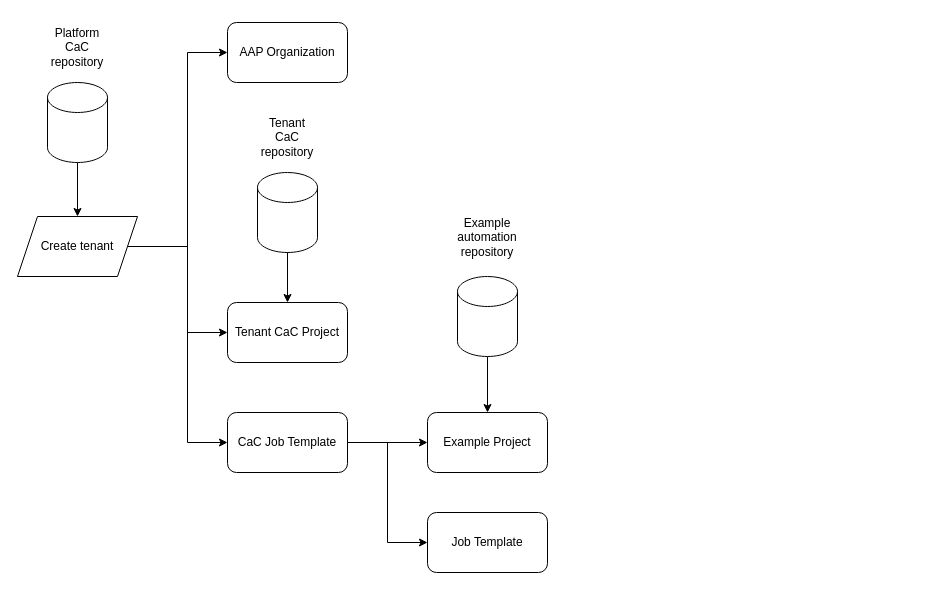
The draw.io diagram docs/images/onboarding_flow.drawio in tosmi-ansible/aap-onboarding, before the edit. Source tidied: cells renumbered, new cells numbered last; positions are measured from the earlier drawing's top-left corner, leaving out a move shared by most shapes. Both pictures are drawn from the tidied source at 100%, with x=0, y=0 at pixel (17, 22).
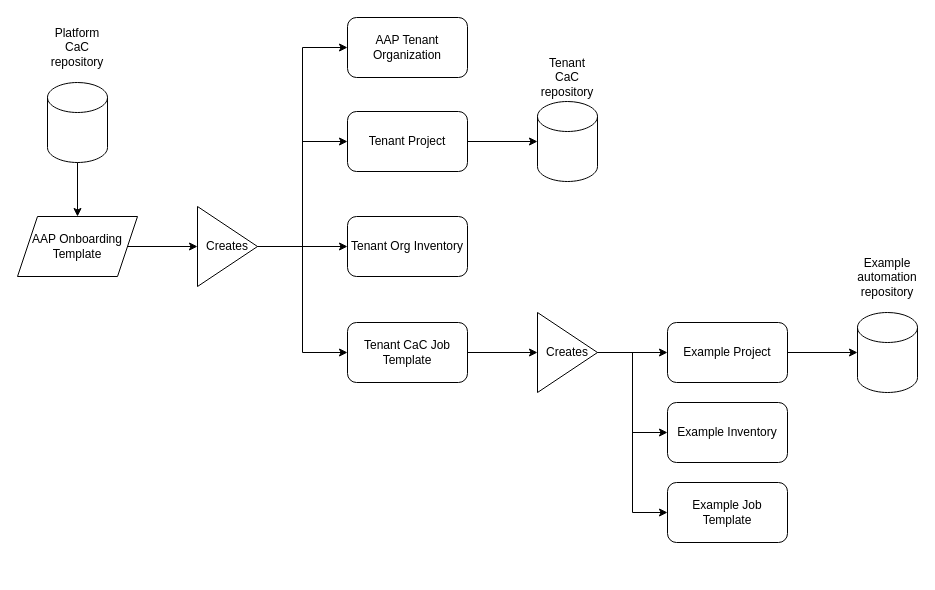
The same page after the edit.

Diff of the diagram source:
```diff
@@
     <mxCell id="3" style="shape=cylinder3;whiteSpace=wrap;html=1;boundedLbl=1;backgroundOutline=1;size=15;" parent="1" vertex="1">
-      <mxGeometry x="240" y="150" width="60" height="80" as="geometry" />
+      <mxGeometry x="520" y="79" width="60" height="80" as="geometry" />
     </mxCell>
-    <mxCell id="4" style="edgeStyle=orthogonalEdgeStyle;rounded=0;jettySize=auto;html=1;entryX=0.5;entryY=0;entryDx=0;entryDy=0;" parent="1" edge="1" source="5" target="19">
-      <mxGeometry relative="1" as="geometry" />
-    </mxCell>
     <mxCell id="5" style="shape=cylinder3;whiteSpace=wrap;html=1;boundedLbl=1;backgroundOutline=1;size=15;" parent="1" vertex="1">
-      <mxGeometry x="440" y="254" width="60" height="80" as="geometry" />
+      <mxGeometry x="840" y="290" width="60" height="80" as="geometry" />
     </mxCell>
@@
-    <mxCell id="7" style="edgeStyle=orthogonalEdgeStyle;rounded=0;jettySize=auto;html=1;entryX=0;entryY=0.5;entryDx=0;entryDy=0;" parent="1" edge="1" source="10" target="11">
-      <mxGeometry relative="1" as="geometry">
-        <Array as="points">
-          <mxPoint x="170" y="224" />
-          <mxPoint x="170" y="30" />
-        </Array>
-      </mxGeometry>
-    </mxCell>
-    <mxCell id="8" style="edgeStyle=orthogonalEdgeStyle;rounded=0;jettySize=auto;html=1;entryX=0;entryY=0.5;entryDx=0;entryDy=0;" parent="1" edge="1" source="10" target="17">
-      <mxGeometry relative="1" as="geometry">
-        <Array as="points">
-          <mxPoint x="170" y="224" />
-          <mxPoint x="170" y="310" />
-        </Array>
-      </mxGeometry>
-    </mxCell>
-    <mxCell id="9" style="edgeStyle=orthogonalEdgeStyle;rounded=0;jettySize=auto;html=1;entryX=0;entryY=0.5;entryDx=0;entryDy=0;" parent="1" edge="1" source="10" target="14">
-      <mxGeometry relative="1" as="geometry">
-        <Array as="points">
-          <mxPoint x="170" y="224" />
-          <mxPoint x="170" y="420" />
-        </Array>
-      </mxGeometry>
-    </mxCell>
+    <mxCell id="22" style="edgeStyle=orthogonalEdgeStyle;rounded=0;jettySize=auto;html=1;" parent="1" edge="1" source="10" target="28">
+      <mxGeometry relative="1" as="geometry" />
+    </mxCell>
-    <mxCell id="10" value="Create tenant" style="shape=parallelogram;perimeter=parallelogramPerimeter;whiteSpace=wrap;html=1;fixedSize=1;" parent="1" vertex="1">
+    <mxCell id="10" value="AAP Onboarding Template" style="shape=parallelogram;perimeter=parallelogramPerimeter;whiteSpace=wrap;html=1;fixedSize=1;" parent="1" vertex="1">
       <mxGeometry y="194" width="120" height="60" as="geometry" />
     </mxCell>
-    <mxCell id="11" value="AAP Organization" style="rounded=1;whiteSpace=wrap;html=1;" parent="1" vertex="1">
-      <mxGeometry x="210" width="120" height="60" as="geometry" />
+    <mxCell id="11" value="AAP Tenant Organization" style="rounded=1;whiteSpace=wrap;html=1;" parent="1" vertex="1">
+      <mxGeometry x="330" y="-5" width="120" height="60" as="geometry" />
     </mxCell>
-    <mxCell id="12" style="edgeStyle=orthogonalEdgeStyle;rounded=0;jettySize=auto;html=1;" parent="1" edge="1" source="14" target="19">
-      <mxGeometry relative="1" as="geometry" />
-    </mxCell>
-    <mxCell id="13" style="edgeStyle=orthogonalEdgeStyle;rounded=0;jettySize=auto;html=1;entryX=0;entryY=0.5;entryDx=0;entryDy=0;" parent="1" edge="1" source="14" target="21">
-      <mxGeometry relative="1" as="geometry" />
-    </mxCell>
-    <mxCell id="14" value="CaC Job Template" style="rounded=1;whiteSpace=wrap;html=1;" parent="1" vertex="1">
-      <mxGeometry x="210" y="390" width="120" height="60" as="geometry" />
-    </mxCell>
     <mxCell id="15" value="Tenant CaC repository" style="text;html=1;align=center;verticalAlign=middle;whiteSpace=wrap;rounded=0;" parent="1" vertex="1">
-      <mxGeometry x="240" y="100" width="60" height="30" as="geometry" />
+      <mxGeometry x="520" y="40" width="60" height="30" as="geometry" />
     </mxCell>
-    <mxCell id="16" style="edgeStyle=orthogonalEdgeStyle;rounded=0;jettySize=auto;html=1;entryX=0.5;entryY=0;entryDx=0;entryDy=0;" parent="1" edge="1" source="3" target="17">
-      <mxGeometry relative="1" as="geometry" />
-    </mxCell>
-    <mxCell id="17" value="Tenant CaC Project" style="rounded=1;whiteSpace=wrap;html=1;" parent="1" vertex="1">
-      <mxGeometry x="210" y="280" width="120" height="60" as="geometry" />
-    </mxCell>
@@
+    <mxCell id="23" style="edgeStyle=orthogonalEdgeStyle;rounded=0;jettySize=auto;html=1;" parent="1" edge="1" source="19" target="5">
+      <mxGeometry relative="1" as="geometry" />
+    </mxCell>
     <mxCell id="19" value="Example Project" style="rounded=1;whiteSpace=wrap;html=1;" parent="1" vertex="1">
-      <mxGeometry x="410" y="390" width="120" height="60" as="geometry" />
+      <mxGeometry x="650" y="300" width="120" height="60" as="geometry" />
     </mxCell>
     <mxCell id="20" value="Example automation&lt;div&gt;repository&lt;/div&gt;" style="text;html=1;align=center;verticalAlign=middle;whiteSpace=wrap;rounded=0;" parent="1" vertex="1">
-      <mxGeometry x="440" y="200" width="60" height="30" as="geometry" />
+      <mxGeometry x="840" y="240" width="60" height="30" as="geometry" />
     </mxCell>
-    <mxCell id="21" value="Job Template" style="rounded=1;whiteSpace=wrap;html=1;" parent="1" vertex="1">
-      <mxGeometry x="410" y="490" width="120" height="60" as="geometry" />
-    </mxCell>
+    <mxCell id="24" style="edgeStyle=orthogonalEdgeStyle;rounded=0;jettySize=auto;html=1;entryX=0;entryY=0.5;entryDx=0;entryDy=0;" parent="1" edge="1" source="28" target="11">
+      <mxGeometry relative="1" as="geometry" />
+    </mxCell>
+    <mxCell id="25" style="edgeStyle=orthogonalEdgeStyle;rounded=0;jettySize=auto;html=1;entryX=0;entryY=0.5;entryDx=0;entryDy=0;" parent="1" edge="1" source="28" target="30">
+      <mxGeometry relative="1" as="geometry" />
+    </mxCell>
+    <mxCell id="26" style="edgeStyle=orthogonalEdgeStyle;rounded=0;jettySize=auto;html=1;" parent="1" edge="1" source="28" target="33">
+      <mxGeometry relative="1" as="geometry" />
+    </mxCell>
+    <mxCell id="27" style="edgeStyle=orthogonalEdgeStyle;rounded=0;jettySize=auto;html=1;entryX=0;entryY=0.5;entryDx=0;entryDy=0;" parent="1" edge="1" source="28" target="32">
+      <mxGeometry relative="1" as="geometry" />
+    </mxCell>
+    <mxCell id="28" value="Creates" style="triangle;whiteSpace=wrap;html=1;" parent="1" vertex="1">
+      <mxGeometry x="180" y="184" width="60" height="80" as="geometry" />
+    </mxCell>
+    <mxCell id="29" style="edgeStyle=orthogonalEdgeStyle;rounded=0;jettySize=auto;html=1;" parent="1" edge="1" source="30" target="3">
+      <mxGeometry relative="1" as="geometry" />
+    </mxCell>
+    <mxCell id="30" value="Tenant Project" style="rounded=1;whiteSpace=wrap;html=1;" parent="1" vertex="1">
+      <mxGeometry x="330" y="89" width="120" height="60" as="geometry" />
+    </mxCell>
+    <mxCell id="31" style="edgeStyle=orthogonalEdgeStyle;rounded=0;jettySize=auto;html=1;entryX=0;entryY=0.5;entryDx=0;entryDy=0;" parent="1" edge="1" source="32" target="37">
+      <mxGeometry relative="1" as="geometry" />
+    </mxCell>
+    <mxCell id="32" value="Tenant CaC Job Template" style="rounded=1;whiteSpace=wrap;html=1;" parent="1" vertex="1">
+      <mxGeometry x="330" y="300" width="120" height="60" as="geometry" />
+    </mxCell>
+    <mxCell id="33" value="Tenant Org Inventory" style="rounded=1;whiteSpace=wrap;html=1;" parent="1" vertex="1">
+      <mxGeometry x="330" y="194" width="120" height="60" as="geometry" />
+    </mxCell>
+    <mxCell id="34" style="edgeStyle=orthogonalEdgeStyle;rounded=0;jettySize=auto;html=1;" parent="1" edge="1" source="37" target="19">
+      <mxGeometry relative="1" as="geometry" />
+    </mxCell>
+    <mxCell id="35" style="edgeStyle=orthogonalEdgeStyle;rounded=0;jettySize=auto;html=1;entryX=0;entryY=0.5;entryDx=0;entryDy=0;" parent="1" edge="1" source="37" target="38">
+      <mxGeometry relative="1" as="geometry" />
+    </mxCell>
+    <mxCell id="36" style="edgeStyle=orthogonalEdgeStyle;rounded=0;jettySize=auto;html=1;entryX=0;entryY=0.5;entryDx=0;entryDy=0;" parent="1" edge="1" source="37" target="39">
+      <mxGeometry relative="1" as="geometry" />
+    </mxCell>
+    <mxCell id="37" value="Creates" style="triangle;whiteSpace=wrap;html=1;" parent="1" vertex="1">
+      <mxGeometry x="520" y="290" width="60" height="80" as="geometry" />
+    </mxCell>
+    <mxCell id="38" value="Example Inventory" style="rounded=1;whiteSpace=wrap;html=1;" parent="1" vertex="1">
+      <mxGeometry x="650" y="380" width="120" height="60" as="geometry" />
+    </mxCell>
+    <mxCell id="39" value="Example Job Template" style="rounded=1;whiteSpace=wrap;html=1;" parent="1" vertex="1">
+      <mxGeometry x="650" y="460" width="120" height="60" as="geometry" />
+    </mxCell>
```
